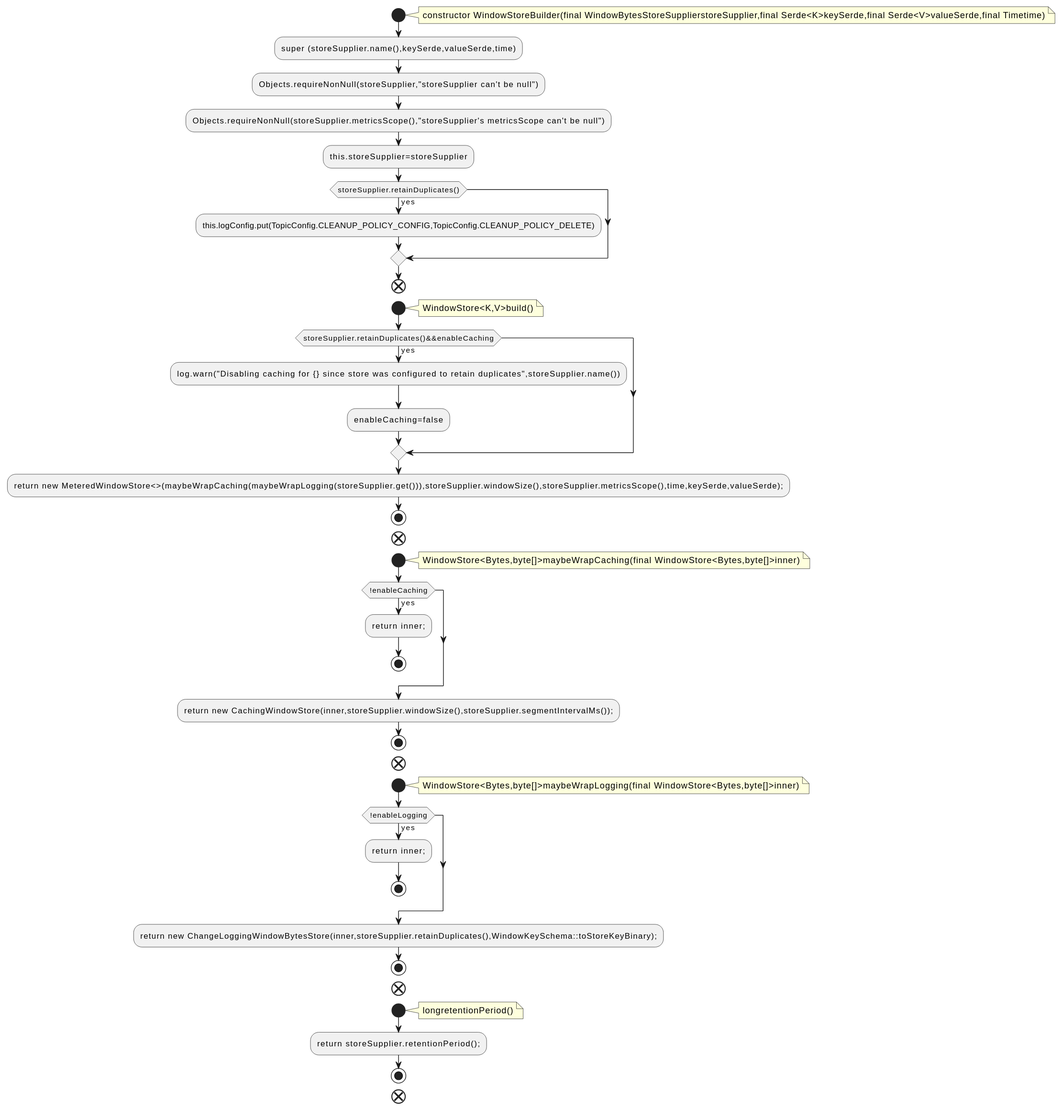
qualitesys/kafka keeps this PlantUML diagram as docs/qc/streams/src/main/java/org/apache/kafka/streams/state/internals/WindowStoreBuilder.java.fct.svg. Above is the earlier version.
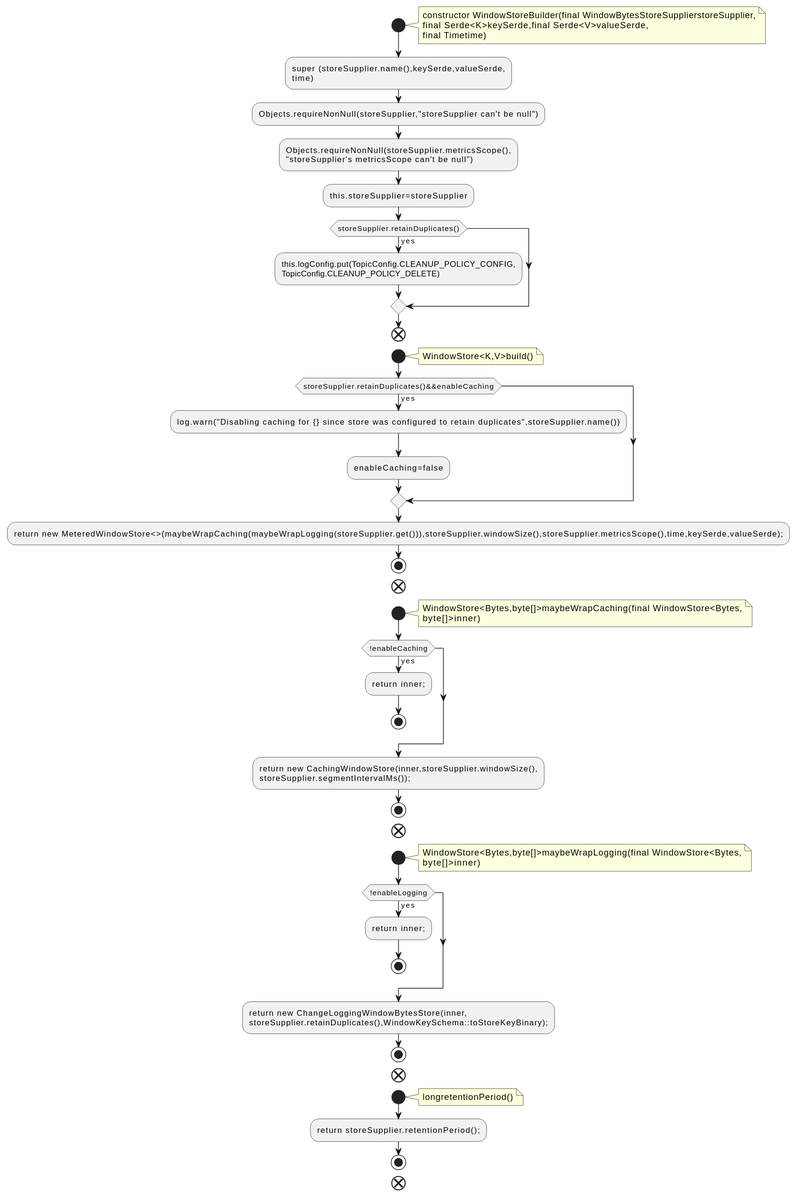
Later version of the same file.

Change to the diagram source:
```diff
@@ -2,14 +2,19 @@
 !pragma layout smetana
 start
 note right
-constructor WindowStoreBuilder(final WindowBytesStoreSupplierstoreSupplier,final Serde<K>keySerde,final Serde<V>valueSerde,final Timetime)
+constructor WindowStoreBuilder(final WindowBytesStoreSupplierstoreSupplier,
+final Serde<K>keySerde,final Serde<V>valueSerde,
+final Timetime)
 end note
-:super (storeSupplier.name(),keySerde,valueSerde,time);
+:super (storeSupplier.name(),keySerde,valueSerde,
+time);
 :Objects.requireNonNull(storeSupplier,"storeSupplier can't be null");
-:Objects.requireNonNull(storeSupplier.metricsScope(),"storeSupplier's metricsScope can't be null");
+:Objects.requireNonNull(storeSupplier.metricsScope(),
+"storeSupplier's metricsScope can't be null");
 :this.storeSupplier=storeSupplier;
 if (storeSupplier.retainDuplicates()) then (yes)
-:this.logConfig.put(TopicConfig.CLEANUP_POLICY_CONFIG,TopicConfig.CLEANUP_POLICY_DELETE);
+:this.logConfig.put(TopicConfig.CLEANUP_POLICY_CONFIG,
+TopicConfig.CLEANUP_POLICY_DELETE);
 endif
 end
 start
@@ -25,24 +30,28 @@
 end
 start
 note right
-WindowStore<Bytes,byte[]>maybeWrapCaching(final WindowStore<Bytes,byte[]>inner)
+WindowStore<Bytes,byte[]>maybeWrapCaching(final WindowStore<Bytes,
+byte[]>inner)
 end note
 if (!enableCaching) then (yes)
 :return inner;;
 stop
 endif
-:return new CachingWindowStore(inner,storeSupplier.windowSize(),storeSupplier.segmentIntervalMs());;
+:return new CachingWindowStore(inner,storeSupplier.windowSize(),
+storeSupplier.segmentIntervalMs());;
 stop
 end
 start
 note right
-WindowStore<Bytes,byte[]>maybeWrapLogging(final WindowStore<Bytes,byte[]>inner)
+WindowStore<Bytes,byte[]>maybeWrapLogging(final WindowStore<Bytes,
+byte[]>inner)
 end note
 if (!enableLogging) then (yes)
 :return inner;;
 stop
 endif
-:return new ChangeLoggingWindowBytesStore(inner,storeSupplier.retainDuplicates(),WindowKeySchema::toStoreKeyBinary);;
+:return new ChangeLoggingWindowBytesStore(inner,
+storeSupplier.retainDuplicates(),WindowKeySchema::toStoreKeyBinary);;
 stop
 end
 start
```
